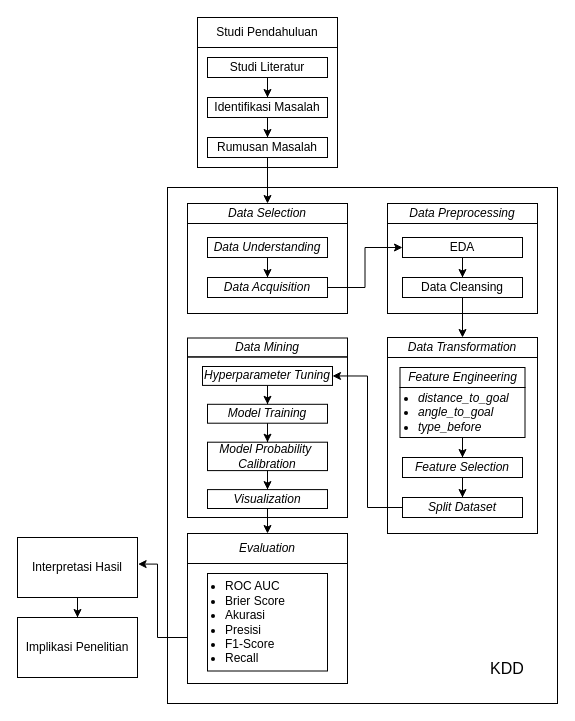
fadhilra101/skripsi keeps this draw.io diagram as diagrams/Tahapan Penelitian.drawio. Above is the earlier version. Source tidied: cells renumbered, new cells numbered last; positions are measured from the earlier drawing's top-left corner, leaving out a move shared by most shapes. Both pictures are drawn from the tidied source at 100%, with x=0, y=0 at pixel (17, 17).
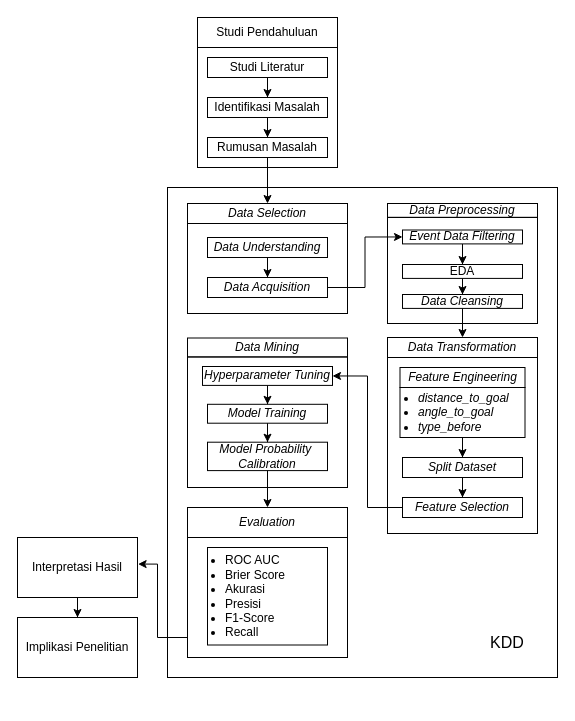
After the change.

The change refers to these unchanged cells:
```xml
<mxCell id="15" style="group;" parent="1" vertex="1">
  <mxGeometry x="170" y="330" width="160" height="180" as="geometry" />
</mxCell>
<mxCell id="23" value="&lt;div style=&quot;&quot;&gt;&lt;i&gt;Model Probability&amp;nbsp;&lt;/i&gt;&lt;/div&gt;&lt;div style=&quot;&quot;&gt;&lt;i&gt;Calibration&lt;/i&gt;&lt;/div&gt;" style="rounded=0;whiteSpace=wrap;html=1;align=center;" parent="15" vertex="1">
  <mxGeometry x="20" y="94.7" width="120" height="28.4" as="geometry" />
</mxCell>
<mxCell id="38" value="&lt;i style=&quot;text-align: left; background-color: transparent; color: light-dark(rgb(0, 0, 0), rgb(255, 255, 255));&quot;&gt;Data Acquisition&lt;/i&gt;" style="rounded=0;whiteSpace=wrap;html=1;align=center;" parent="1" vertex="1">
  <mxGeometry x="190" y="260" width="120" height="20" as="geometry" />
</mxCell>
<mxCell id="47" style="group;align=left;" parent="1" vertex="1">
  <mxGeometry x="370" y="320" width="150" height="200" as="geometry" />
</mxCell>
<mxCell id="53" value="&lt;i&gt;Evaluation&lt;/i&gt;" style="rounded=0;whiteSpace=wrap;html=1;fillColor=none;" parent="52" vertex="1">
  <mxGeometry width="160" height="30" as="geometry" />
</mxCell>
```

Change to the diagram source:
```diff
@@
     <mxCell id="2" style="rounded=0;whiteSpace=wrap;html=1;fillColor=none;" parent="1" vertex="1">
-      <mxGeometry x="150" y="170" width="390" height="516" as="geometry" />
+      <mxGeometry x="150" y="170" width="390" height="490" as="geometry" />
     </mxCell>
@@
     <mxCell id="9" style="group;align=left;" parent="1" vertex="1">
-      <mxGeometry x="370" y="186" width="150" height="150" as="geometry" />
+      <mxGeometry x="370" y="186" width="150" height="120" as="geometry" />
     </mxCell>
     <mxCell id="10" value="&lt;i&gt;Data Preprocessing&lt;/i&gt;" style="rounded=0;whiteSpace=wrap;html=1;fillColor=none;verticalAlign=middle;labelPosition=center;verticalLabelPosition=middle;align=center;" parent="9" vertex="1">
-      <mxGeometry width="150" height="20" as="geometry" />
+      <mxGeometry width="150" height="13.9" as="geometry" />
     </mxCell>
     <mxCell id="11" value="&lt;div&gt;&lt;br&gt;&lt;/div&gt;" style="rounded=0;fillColor=none;align=left;verticalAlign=middle;html=1;labelPosition=center;verticalLabelPosition=middle;" parent="9" vertex="1">
-      <mxGeometry y="20" width="150" height="90" as="geometry" />
+      <mxGeometry y="13.9" width="150" height="106.1" as="geometry" />
     </mxCell>
@@
     <mxCell id="13" value="&lt;span style=&quot;background-color: transparent; color: light-dark(rgb(0, 0, 0), rgb(255, 255, 255)); text-align: left; text-wrap-mode: nowrap;&quot;&gt;EDA&lt;/span&gt;" style="rounded=0;whiteSpace=wrap;html=1;align=center;" parent="9" vertex="1">
-      <mxGeometry x="15" y="34" width="120" height="20" as="geometry" />
+      <mxGeometry x="15" y="61" width="120" height="13.9" as="geometry" />
     </mxCell>
-    <mxCell id="14" value="&lt;div style=&quot;text-align: left;&quot;&gt;&lt;span style=&quot;text-wrap-mode: nowrap; background-color: transparent; color: light-dark(rgb(0, 0, 0), rgb(255, 255, 255));&quot;&gt;Data Cleansing&lt;/span&gt;&lt;/div&gt;" style="rounded=0;whiteSpace=wrap;html=1;align=center;" parent="9" vertex="1">
-      <mxGeometry x="15" y="74" width="120" height="20" as="geometry" />
+    <mxCell id="14" value="&lt;div style=&quot;text-align: left;&quot;&gt;&lt;span style=&quot;text-wrap-mode: nowrap; background-color: transparent; color: light-dark(rgb(0, 0, 0), rgb(255, 255, 255));&quot;&gt;&lt;i&gt;Data Cleansing&lt;/i&gt;&lt;/span&gt;&lt;/div&gt;" style="rounded=0;whiteSpace=wrap;html=1;align=center;" parent="9" vertex="1">
+      <mxGeometry x="15" y="91" width="120" height="13.9" as="geometry" />
     </mxCell>
+    <mxCell id="56" style="edgeStyle=orthogonalEdgeStyle;rounded=0;jettySize=auto;html=1;entryX=0.5;entryY=0;entryDx=0;entryDy=0;" parent="9" edge="1" source="57" target="13">
+      <mxGeometry relative="1" as="geometry" />
+    </mxCell>
+    <mxCell id="57" value="&lt;span style=&quot;background-color: transparent; color: light-dark(rgb(0, 0, 0), rgb(255, 255, 255)); text-align: left; text-wrap-mode: nowrap;&quot;&gt;&lt;i&gt;Event Data Filtering&lt;/i&gt;&lt;/span&gt;" style="rounded=0;whiteSpace=wrap;html=1;align=center;" parent="9" vertex="1">
+      <mxGeometry x="15" y="26.5" width="120" height="13.9" as="geometry" />
+    </mxCell>
@@
     <mxCell id="16" value="&lt;div&gt;&lt;br&gt;&lt;/div&gt;" style="rounded=0;whiteSpace=wrap;html=1;fillColor=none;verticalAlign=middle;align=left;labelPosition=center;verticalLabelPosition=middle;" parent="15" vertex="1">
-      <mxGeometry y="9.5" width="160" height="160.5" as="geometry" />
+      <mxGeometry y="9.5" width="160" height="130.5" as="geometry" />
     </mxCell>
@@
-    <mxCell id="22" style="edgeStyle=orthogonalEdgeStyle;rounded=0;jettySize=auto;html=1;entryX=0.5;entryY=0;entryDx=0;entryDy=0;" parent="15" edge="1" source="23" target="24">
-      <mxGeometry relative="1" as="geometry" />
-    </mxCell>
@@
-    <mxCell id="24" value="&lt;div style=&quot;text-align: left;&quot;&gt;&lt;i&gt;Visualization&lt;/i&gt;&lt;/div&gt;" style="rounded=0;whiteSpace=wrap;html=1;align=center;" parent="15" vertex="1">
-      <mxGeometry x="20" y="142.1" width="120" height="18.9" as="geometry" />
-    </mxCell>
@@
-    <mxCell id="33" style="edgeStyle=orthogonalEdgeStyle;rounded=0;jettySize=auto;html=1;entryX=0.5;entryY=0;entryDx=0;entryDy=0;" parent="1" edge="1" source="24" target="53">
-      <mxGeometry relative="1" as="geometry" />
-    </mxCell>
@@
-    <mxCell id="37" style="edgeStyle=orthogonalEdgeStyle;rounded=0;jettySize=auto;html=1;entryX=0;entryY=0.5;entryDx=0;entryDy=0;" parent="1" edge="1" source="38" target="13">
+    <mxCell id="37" style="edgeStyle=orthogonalEdgeStyle;rounded=0;jettySize=auto;html=1;entryX=0;entryY=0.5;entryDx=0;entryDy=0;" parent="1" edge="1" source="38" target="57">
       <mxGeometry relative="1" as="geometry" />
     </mxCell>
@@
     <mxCell id="41" value="KDD" style="text;html=1;align=center;verticalAlign=middle;whiteSpace=wrap;rounded=0;fontSize=16;" parent="1" vertex="1">
-      <mxGeometry x="460" y="636" width="60" height="30" as="geometry" />
+      <mxGeometry x="460" y="610" width="60" height="30" as="geometry" />
     </mxCell>
@@
-    <mxCell id="49" value="&lt;div style=&quot;text-align: left;&quot;&gt;&lt;i&gt;Feature Selection&lt;/i&gt;&lt;/div&gt;" style="rounded=0;whiteSpace=wrap;html=1;align=center;" parent="47" vertex="1">
+    <mxCell id="49" value="&lt;div style=&quot;text-align: left;&quot;&gt;&lt;i style=&quot;text-wrap-mode: nowrap;&quot;&gt;Split Dataset&lt;/i&gt;&lt;/div&gt;" style="rounded=0;whiteSpace=wrap;html=1;align=center;" parent="47" vertex="1">
       <mxGeometry x="15" y="120" width="120" height="20" as="geometry" />
     </mxCell>
-    <mxCell id="50" value="&lt;div style=&quot;text-align: left;&quot;&gt;&lt;span style=&quot;text-wrap-mode: nowrap; background-color: transparent; color: light-dark(rgb(0, 0, 0), rgb(255, 255, 255));&quot;&gt;&lt;i&gt;Split Dataset&lt;/i&gt;&lt;/span&gt;&lt;/div&gt;" style="rounded=0;whiteSpace=wrap;html=1;align=center;" parent="47" vertex="1">
+    <mxCell id="50" value="&lt;div style=&quot;text-align: left;&quot;&gt;&lt;i style=&quot;background-color: transparent; color: light-dark(rgb(0, 0, 0), rgb(255, 255, 255));&quot;&gt;Feature Selection&lt;/i&gt;&lt;/div&gt;" style="rounded=0;whiteSpace=wrap;html=1;align=center;" parent="47" vertex="1">
       <mxGeometry x="15" y="160" width="120" height="20" as="geometry" />
     </mxCell>
@@
     <mxCell id="52" style="group;" parent="1" vertex="1">
-      <mxGeometry x="170" y="516" width="160" height="150" as="geometry" />
+      <mxGeometry x="170" y="490" width="160" height="150" as="geometry" />
     </mxCell>
@@
+    <mxCell id="58" style="edgeStyle=orthogonalEdgeStyle;rounded=0;jettySize=auto;html=1;entryX=0.5;entryY=0;entryDx=0;entryDy=0;" parent="1" edge="1" source="23" target="53">
+      <mxGeometry relative="1" as="geometry" />
+    </mxCell>
```
